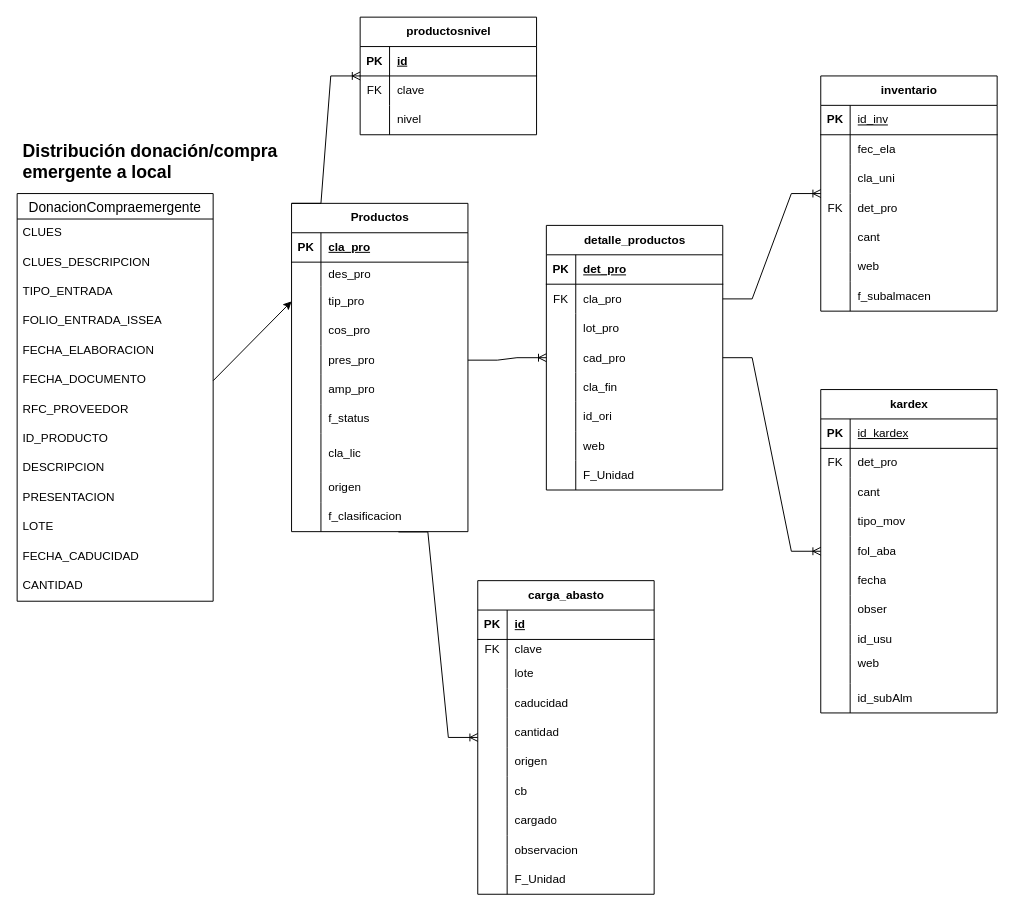
This is DonacionCompraEmergente.drawio from ErnestoDanielTafoyaMolinaCYM/clases-cat-cym, a draw.io file, before an edit. Source tidied: cells renumbered, new cells numbered last; positions are measured from the earlier drawing's top-left corner, leaving out a move shared by most shapes. Both pictures are drawn from the tidied source at 98%, with x=0, y=0 at pixel (17, 17).
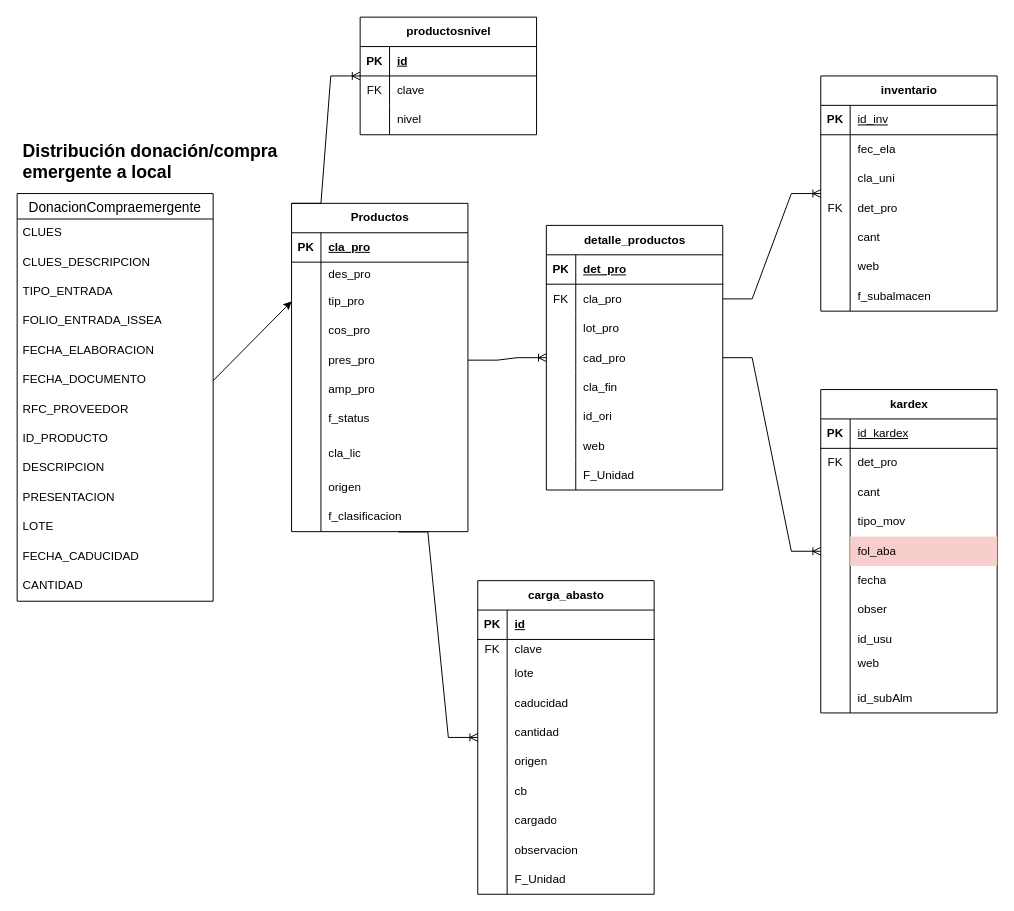
After the change.

The change refers to these unchanged cells:
```xml
<mxCell id="151" style="shape=tableRow;horizontal=0;startSize=0;swimlaneHead=0;swimlaneBody=0;fillColor=none;top=0;left=0;right=0;bottom=0;" parent="138" vertex="1">
  <mxGeometry y="150" width="180" height="30" as="geometry" />
</mxCell>
```

What changed in the source:
```diff
@@
-    <mxCell id="153" value="fol_aba" style="shape=partialRectangle;fillColor=none;top=0;left=0;bottom=0;right=0;align=left;spacingLeft=6;overflow=hidden;whiteSpace=wrap;html=1;" parent="151" vertex="1">
+    <mxCell id="153" value="fol_aba" style="shape=partialRectangle;fillColor=#f8cecc;top=0;left=0;bottom=0;right=0;align=left;spacingLeft=6;overflow=hidden;whiteSpace=wrap;html=1;strokeColor=#b85450;" parent="151" vertex="1">
       <mxGeometry x="30" width="150" height="30" as="geometry" />
     </mxCell>
```
